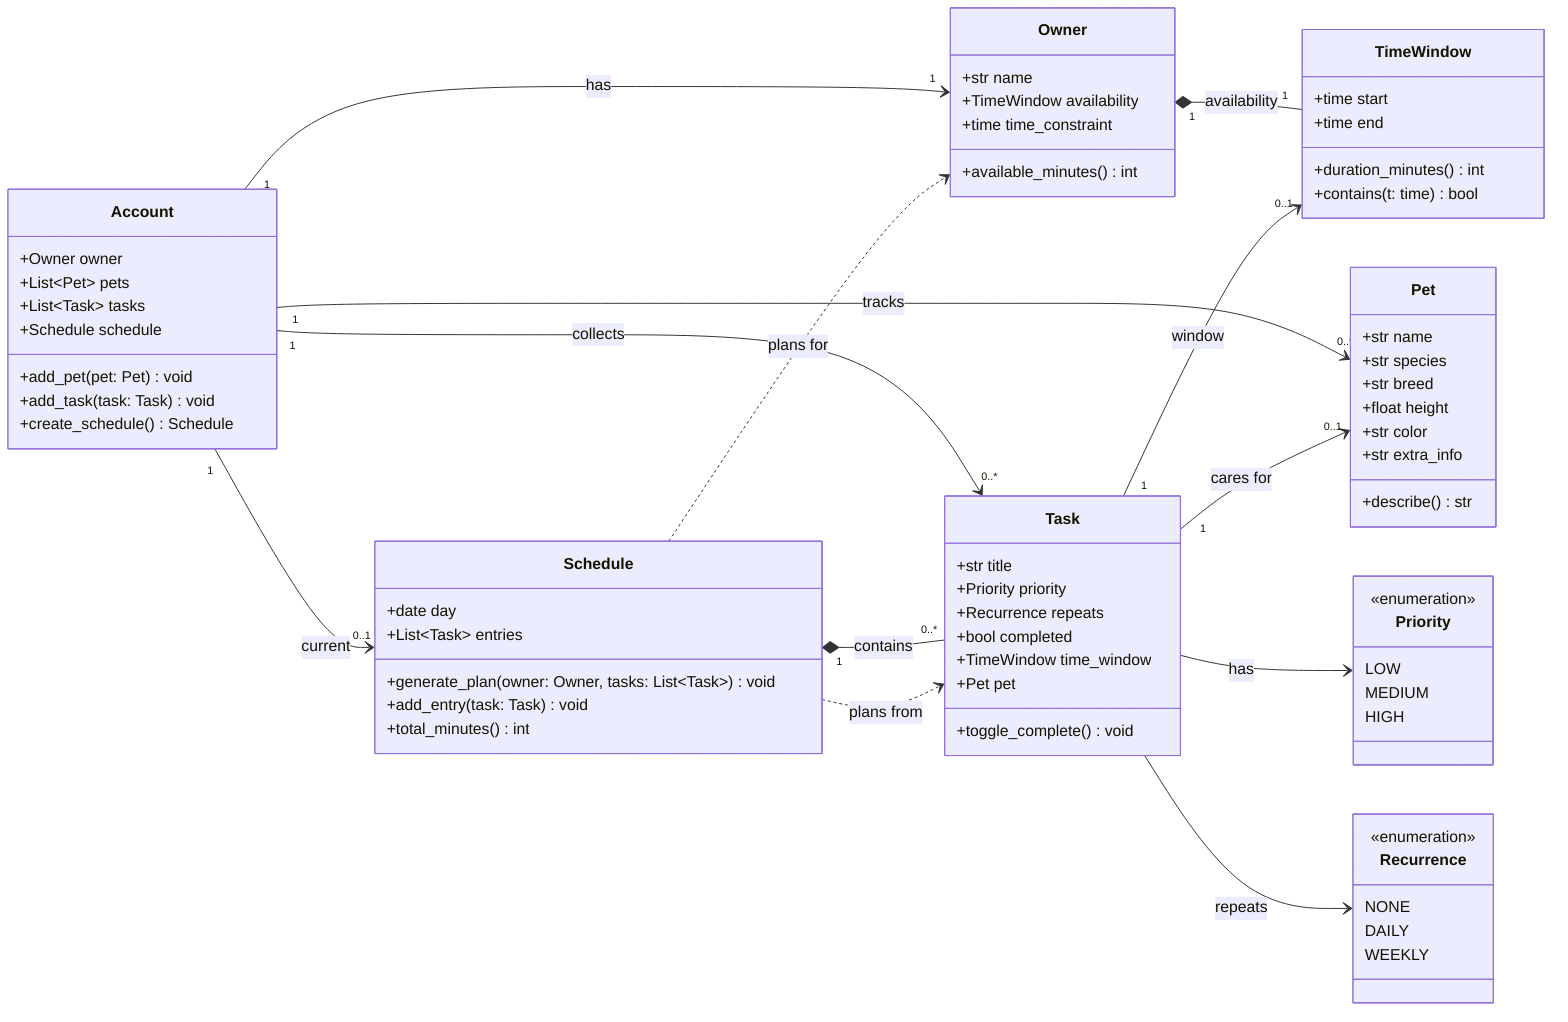
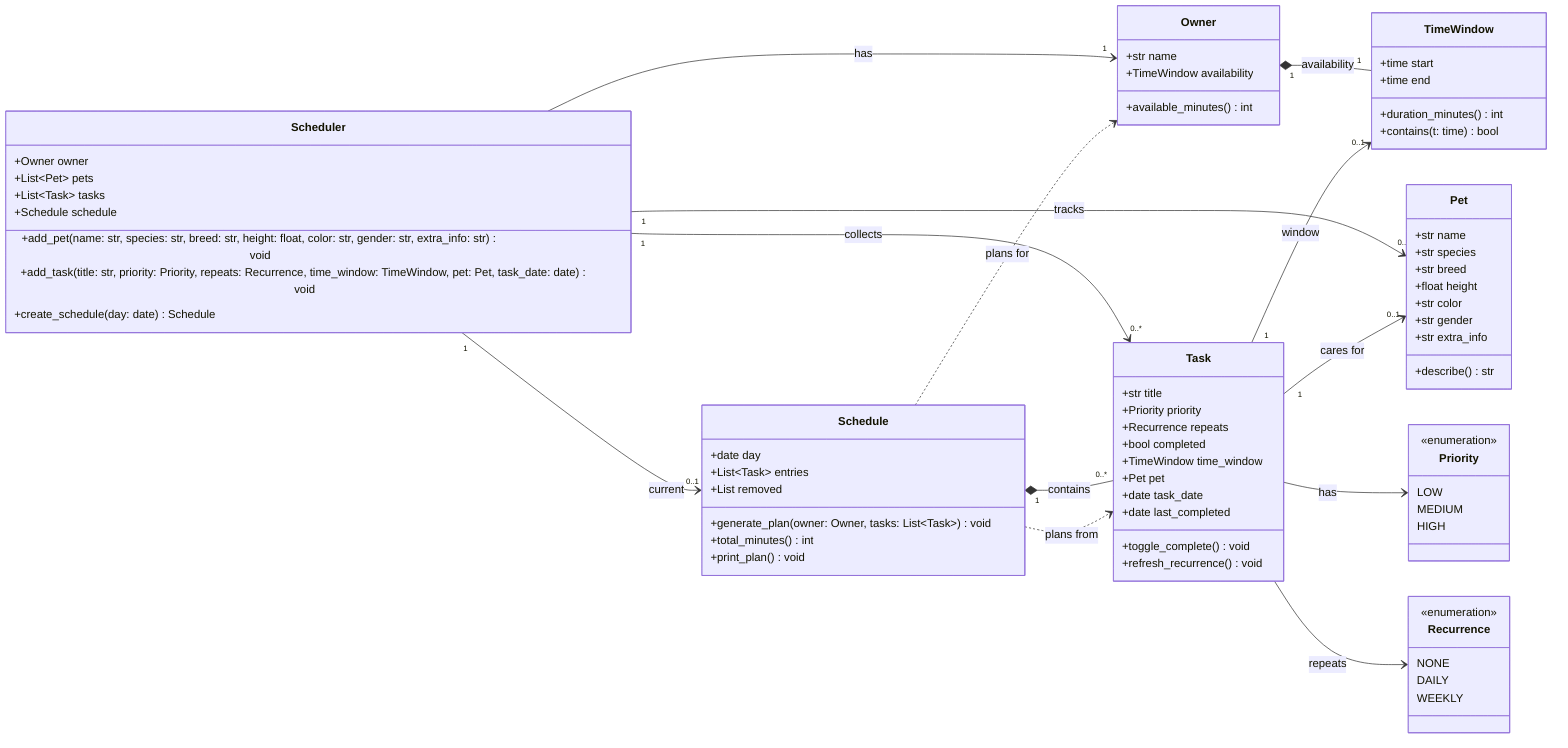
classDiagram
    direction LR

    class Pet {
        +str name
        +str species
        +str breed
        +float height
        +str color
+         +str gender
        +str extra_info
        +describe() str
    }

    class Owner {
        +str name
        +TimeWindow availability
-         +time time_constraint
        +available_minutes() int
    }

    class TimeWindow {
        +time start
        +time end
        +duration_minutes() int
        +contains(t: time) bool
    }

    class Task {
        +str title
        +Priority priority
        +Recurrence repeats
        +bool completed
        +TimeWindow time_window
        +Pet pet
+         +date task_date
+         +date last_completed
        +toggle_complete() void
+         +refresh_recurrence() void
    }

    class Schedule {
        +date day
        +List~Task~ entries
+         +List removed
        +generate_plan(owner: Owner, tasks: List~Task~) void
-         +add_entry(task: Task) void
        +total_minutes() int
+         +print_plan() void
    }

-     class Account {
+     class Scheduler {
        +Owner owner
        +List~Pet~ pets
        +List~Task~ tasks
        +Schedule schedule
-         +add_pet(pet: Pet) void
-         +add_task(task: Task) void
-         +create_schedule() Schedule
+         +add_pet(name: str, species: str, breed: str, height: float, color: str, gender: str, extra_info: str) void
+         +add_task(title: str, priority: Priority, repeats: Recurrence, time_window: TimeWindow, pet: Pet, task_date: date) void
+         +create_schedule(day: date) Schedule
    }

    class Priority {
        <<enumeration>>
        LOW
        MEDIUM
        HIGH
    }

    class Recurrence {
        <<enumeration>>
        NONE
        DAILY
        WEEKLY
    }

-     Account "1" --> "1" Owner : has
-     Account "1" --> "0..*" Pet : tracks
-     Account "1" --> "0..*" Task : collects
-     Account "1" --> "0..1" Schedule : current
+     Scheduler "1" --> "1" Owner : has
+     Scheduler "1" --> "0..*" Pet : tracks
+     Scheduler "1" --> "0..*" Task : collects
+     Scheduler "1" --> "0..1" Schedule : current
    Owner "1" *-- "1" TimeWindow : availability
    Task --> Priority : has
    Task --> Recurrence : repeats
    Task "1" --> "0..1" TimeWindow : window
    Task "1" --> "0..1" Pet : cares for
    Schedule "1" *-- "0..*" Task : contains
    Schedule ..> Owner : plans for
    Schedule ..> Task : plans from
